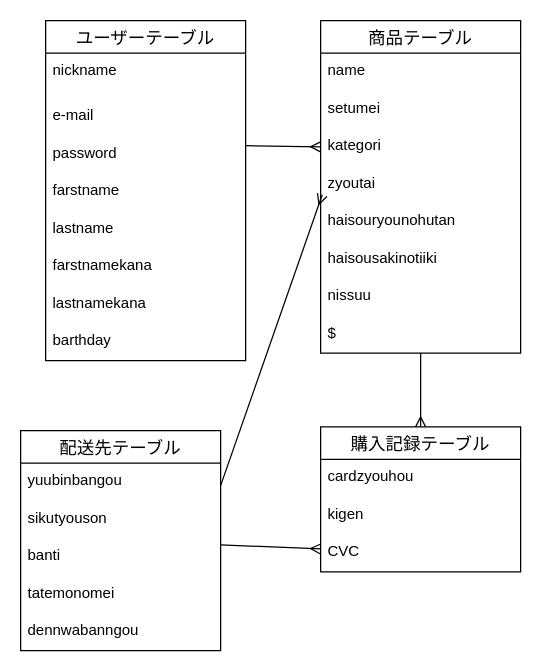
SAKURAchan916/furima-41121 keeps this draw.io diagram as furima.dio. Above is the earlier version. Source tidied: cells renumbered, new cells numbered last; positions are measured from the earlier drawing's top-left corner, leaving out a move shared by most shapes. Both pictures are drawn from the tidied source at 125%, with x=0, y=0 at pixel (20, 20).
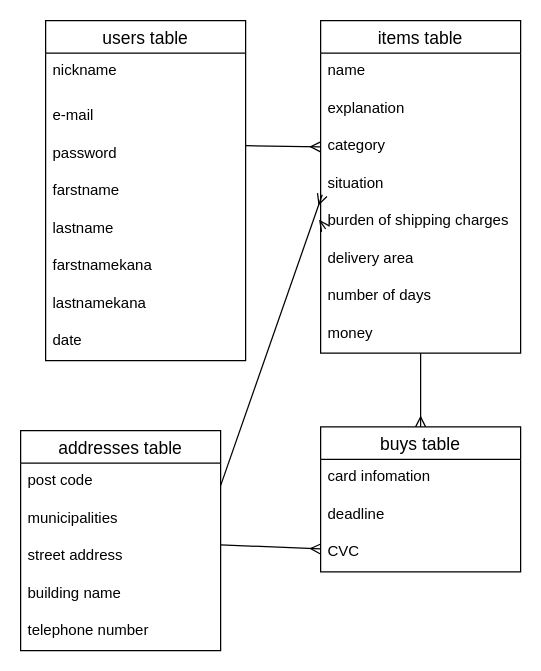
Above is the later version.

Change to the diagram source:
```diff
@@
-    <mxCell id="2" value="ユーザーテーブル" style="swimlane;fontStyle=0;horizontal=1;startSize=26;align=center;fontSize=14;" parent="1" vertex="1">
+    <mxCell id="2" value="users table" style="swimlane;fontStyle=0;horizontal=1;startSize=26;align=center;fontSize=14;" parent="1" vertex="1">
       <mxGeometry x="20" width="160" height="272" as="geometry" />
     </mxCell>
@@
-    <mxCell id="10" value="barthday" style="text;strokeColor=none;fillColor=none;spacingLeft=4;spacingRight=4;overflow=hidden;fontSize=12;" parent="2" vertex="1">
+    <mxCell id="10" value="date" style="text;strokeColor=none;fillColor=none;spacingLeft=4;spacingRight=4;overflow=hidden;fontSize=12;" parent="2" vertex="1">
       <mxGeometry y="242" width="160" height="30" as="geometry" />
     </mxCell>
@@
-    <mxCell id="12" value="商品テーブル" style="swimlane;fontStyle=0;horizontal=1;startSize=26;align=center;fontSize=14;" parent="1" vertex="1">
+    <mxCell id="12" value="items table" style="swimlane;fontStyle=0;horizontal=1;startSize=26;align=center;fontSize=14;" parent="1" vertex="1">
       <mxGeometry x="240" width="160" height="266" as="geometry" />
     </mxCell>
@@
-    <mxCell id="14" value="setumei" style="text;strokeColor=none;fillColor=none;spacingLeft=4;spacingRight=4;overflow=hidden;fontSize=12;" parent="12" vertex="1">
+    <mxCell id="14" value="explanation" style="text;strokeColor=none;fillColor=none;spacingLeft=4;spacingRight=4;overflow=hidden;fontSize=12;" parent="12" vertex="1">
       <mxGeometry y="56" width="160" height="30" as="geometry" />
     </mxCell>
-    <mxCell id="15" value="kategori" style="text;strokeColor=none;fillColor=none;spacingLeft=4;spacingRight=4;overflow=hidden;points=[[0,0.5],[1,0.5]];portConstraint=eastwest;fontSize=12;" parent="12" vertex="1">
+    <mxCell id="15" value="category" style="text;strokeColor=none;fillColor=none;spacingLeft=4;spacingRight=4;overflow=hidden;points=[[0,0.5],[1,0.5]];portConstraint=eastwest;fontSize=12;" parent="12" vertex="1">
       <mxGeometry y="86" width="160" height="30" as="geometry" />
     </mxCell>
-    <mxCell id="16" value="zyoutai" style="text;strokeColor=none;fillColor=none;spacingLeft=4;spacingRight=4;overflow=hidden;fontSize=12;" parent="12" vertex="1">
+    <mxCell id="16" value="situation" style="text;strokeColor=none;fillColor=none;spacingLeft=4;spacingRight=4;overflow=hidden;fontSize=12;" parent="12" vertex="1">
       <mxGeometry y="116" width="160" height="30" as="geometry" />
     </mxCell>
+    <mxCell id="34" style="edgeStyle=none;html=1;exitX=0;exitY=0.5;exitDx=0;exitDy=0;entryX=0.025;entryY=-0.31;entryDx=0;entryDy=0;entryPerimeter=0;endArrow=ERmany;endFill=0;" parent="12" edge="1" source="17" target="18">
+      <mxGeometry relative="1" as="geometry" />
+    </mxCell>
-    <mxCell id="17" value="haisouryounohutan" style="text;strokeColor=none;fillColor=none;spacingLeft=4;spacingRight=4;overflow=hidden;points=[[0,0.5],[1,0.5]];portConstraint=eastwest;fontSize=12;" parent="12" vertex="1">
+    <mxCell id="17" value="burden of shipping charges" style="text;strokeColor=none;fillColor=none;spacingLeft=4;spacingRight=4;overflow=hidden;points=[[0,0.5],[1,0.5]];portConstraint=eastwest;fontSize=12;" parent="12" vertex="1">
       <mxGeometry y="146" width="160" height="30" as="geometry" />
     </mxCell>
-    <mxCell id="18" value="haisousakinotiiki" style="text;strokeColor=none;fillColor=none;spacingLeft=4;spacingRight=4;overflow=hidden;points=[[0,0.5],[1,0.5]];portConstraint=eastwest;fontSize=12;" parent="12" vertex="1">
+    <mxCell id="18" value="delivery area" style="text;strokeColor=none;fillColor=none;spacingLeft=4;spacingRight=4;overflow=hidden;points=[[0,0.5],[1,0.5]];portConstraint=eastwest;fontSize=12;" parent="12" vertex="1">
       <mxGeometry y="176" width="160" height="30" as="geometry" />
     </mxCell>
-    <mxCell id="19" value="nissuu" style="text;strokeColor=none;fillColor=none;spacingLeft=4;spacingRight=4;overflow=hidden;fontSize=12;" parent="12" vertex="1">
+    <mxCell id="19" value="number of days" style="text;strokeColor=none;fillColor=none;spacingLeft=4;spacingRight=4;overflow=hidden;fontSize=12;" parent="12" vertex="1">
       <mxGeometry y="206" width="160" height="30" as="geometry" />
     </mxCell>
-    <mxCell id="20" value="$" style="text;strokeColor=none;fillColor=none;spacingLeft=4;spacingRight=4;overflow=hidden;fontSize=12;" parent="12" vertex="1">
+    <mxCell id="20" value="money" style="text;strokeColor=none;fillColor=none;spacingLeft=4;spacingRight=4;overflow=hidden;fontSize=12;" parent="12" vertex="1">
       <mxGeometry y="236" width="160" height="30" as="geometry" />
     </mxCell>
@@
-    <mxCell id="22" value="購入記録テーブル" style="swimlane;fontStyle=0;horizontal=1;startSize=26;align=center;fontSize=14;" parent="1" vertex="1">
+    <mxCell id="22" value="buys table" style="swimlane;fontStyle=0;horizontal=1;startSize=26;align=center;fontSize=14;" parent="1" vertex="1">
       <mxGeometry x="240" y="325" width="160" height="116" as="geometry" />
     </mxCell>
-    <mxCell id="23" value="cardzyouhou" style="text;strokeColor=none;fillColor=none;spacingLeft=4;spacingRight=4;overflow=hidden;fontSize=12;" parent="22" vertex="1">
+    <mxCell id="23" value="card infomation" style="text;strokeColor=none;fillColor=none;spacingLeft=4;spacingRight=4;overflow=hidden;fontSize=12;" parent="22" vertex="1">
       <mxGeometry y="26" width="160" height="30" as="geometry" />
     </mxCell>
-    <mxCell id="24" value="kigen" style="text;strokeColor=none;fillColor=none;spacingLeft=4;spacingRight=4;overflow=hidden;fontSize=12;" parent="22" vertex="1">
+    <mxCell id="24" value="deadline" style="text;strokeColor=none;fillColor=none;spacingLeft=4;spacingRight=4;overflow=hidden;fontSize=12;" parent="22" vertex="1">
       <mxGeometry y="56" width="160" height="30" as="geometry" />
     </mxCell>
@@
-    <mxCell id="28" value="配送先テーブル" style="swimlane;fontStyle=0;horizontal=1;startSize=26;align=center;fontSize=14;" parent="1" vertex="1">
+    <mxCell id="28" value="addresses table" style="swimlane;fontStyle=0;horizontal=1;startSize=26;align=center;fontSize=14;" parent="1" vertex="1">
       <mxGeometry y="328" width="160" height="176" as="geometry" />
     </mxCell>
-    <mxCell id="29" value="yuubinbangou" style="text;strokeColor=none;fillColor=none;spacingLeft=4;spacingRight=4;overflow=hidden;fontSize=12;" parent="28" vertex="1">
+    <mxCell id="29" value="post code" style="text;strokeColor=none;fillColor=none;spacingLeft=4;spacingRight=4;overflow=hidden;fontSize=12;" parent="28" vertex="1">
       <mxGeometry y="26" width="160" height="30" as="geometry" />
     </mxCell>
-    <mxCell id="30" value="sikutyouson" style="text;strokeColor=none;fillColor=none;spacingLeft=4;spacingRight=4;overflow=hidden;fontSize=12;" parent="28" vertex="1">
+    <mxCell id="30" value="municipalities" style="text;strokeColor=none;fillColor=none;spacingLeft=4;spacingRight=4;overflow=hidden;fontSize=12;" parent="28" vertex="1">
       <mxGeometry y="56" width="160" height="30" as="geometry" />
     </mxCell>
-    <mxCell id="31" value="banti" style="text;strokeColor=none;fillColor=none;spacingLeft=4;spacingRight=4;overflow=hidden;fontSize=12;" parent="28" vertex="1">
+    <mxCell id="31" value="street address" style="text;strokeColor=none;fillColor=none;spacingLeft=4;spacingRight=4;overflow=hidden;fontSize=12;" parent="28" vertex="1">
       <mxGeometry y="86" width="160" height="30" as="geometry" />
     </mxCell>
-    <mxCell id="32" value="tatemonomei" style="text;strokeColor=none;fillColor=none;spacingLeft=4;spacingRight=4;overflow=hidden;fontSize=12;" parent="28" vertex="1">
+    <mxCell id="32" value="building name" style="text;strokeColor=none;fillColor=none;spacingLeft=4;spacingRight=4;overflow=hidden;fontSize=12;" parent="28" vertex="1">
       <mxGeometry y="116" width="160" height="30" as="geometry" />
     </mxCell>
-    <mxCell id="33" value="dennwabanngou" style="text;strokeColor=none;fillColor=none;spacingLeft=4;spacingRight=4;overflow=hidden;fontSize=12;" parent="28" vertex="1">
+    <mxCell id="33" value="telephone number" style="text;strokeColor=none;fillColor=none;spacingLeft=4;spacingRight=4;overflow=hidden;fontSize=12;" parent="28" vertex="1">
       <mxGeometry y="146" width="160" height="30" as="geometry" />
     </mxCell>
```
